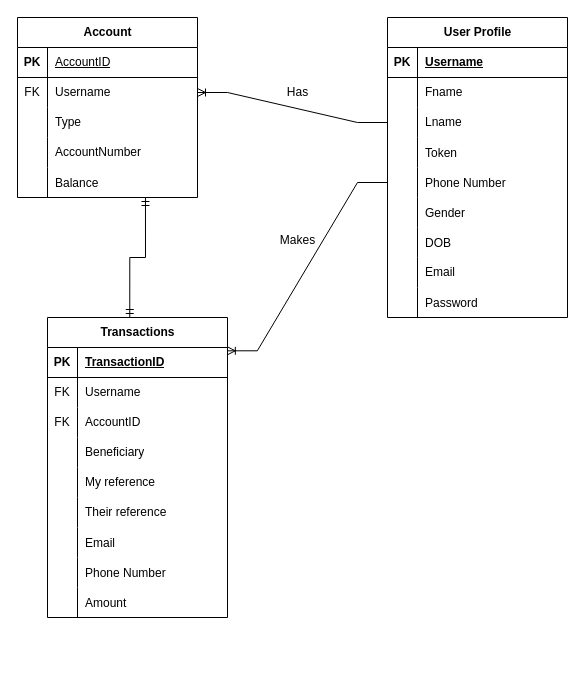
This is Projects/Personal_Bank_Management_System/src/main/resources/Inventory/DatabaseSchema.drawio from SanderSantana/Java, a draw.io file, before an edit. Source tidied: cells renumbered, new cells numbered last; positions are measured from the earlier drawing's top-left corner, leaving out a move shared by most shapes. Both pictures are drawn from the tidied source at 100%, with x=0, y=0 at pixel (17, 17).
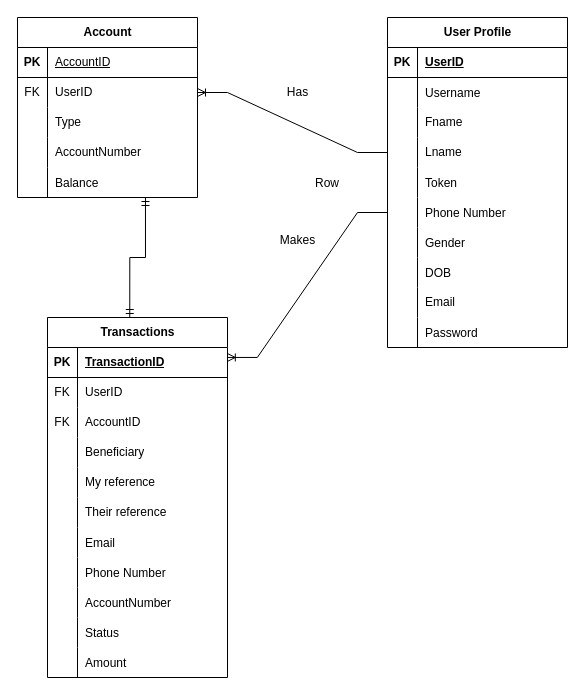
The same page after the edit.

Unchanged cells that the change refers to:
```xml
<mxCell id="3" style="shape=tableRow;horizontal=0;startSize=0;swimlaneHead=0;swimlaneBody=0;fillColor=none;top=0;left=0;right=0;bottom=1;" parent="2" vertex="1">
  <mxGeometry y="30" width="180" height="30" as="geometry" />
</mxCell>
<mxCell id="34" style="shape=tableRow;horizontal=0;startSize=0;swimlaneHead=0;swimlaneBody=0;fillColor=none;points=[[0,0.5],[1,0.5]];portConstraint=eastwest;top=0;left=0;right=0;bottom=0;" parent="30" vertex="1">
  <mxGeometry y="60" width="180" height="30" as="geometry" />
</mxCell>
<mxCell id="52" style="shape=tableRow;horizontal=0;startSize=0;swimlaneHead=0;swimlaneBody=0;fillColor=none;top=0;left=0;right=0;bottom=0;" parent="48" vertex="1">
  <mxGeometry y="60" width="180" height="30" as="geometry" />
</mxCell>
```

Diff of the diagram source:
```diff
@@
     <mxCell id="2" value="User Profile" style="shape=table;startSize=30;childLayout=tableLayout;rowLines=0;fontStyle=1;align=center;html=1;" parent="1" vertex="1">
-      <mxGeometry x="370" width="180" height="300" as="geometry" />
+      <mxGeometry x="370" width="180" height="330" as="geometry" />
     </mxCell>
@@
-    <mxCell id="5" value="Username" style="shape=partialRectangle;fillColor=none;top=0;left=0;bottom=0;right=0;align=left;spacingLeft=6;fontStyle=5;overflow=hidden;whiteSpace=wrap;html=1;" parent="3" vertex="1">
+    <mxCell id="5" value="UserID" style="shape=partialRectangle;fillColor=none;top=0;left=0;bottom=0;right=0;align=left;spacingLeft=6;fontStyle=5;overflow=hidden;whiteSpace=wrap;html=1;" parent="3" vertex="1">
       <mxGeometry x="30" width="150" height="30" as="geometry" />
     </mxCell>
+    <mxCell id="79" style="shape=tableRow;horizontal=0;startSize=0;swimlaneHead=0;swimlaneBody=0;fillColor=none;top=0;left=0;right=0;bottom=0;" parent="2" vertex="1">
+      <mxGeometry y="60" width="180" height="30" as="geometry" />
+    </mxCell>
+    <mxCell id="80" style="shape=partialRectangle;fillColor=none;top=0;left=0;bottom=0;right=0;overflow=hidden;" parent="79" vertex="1">
+      <mxGeometry width="30" height="30" as="geometry" />
+    </mxCell>
+    <mxCell id="81" value="Username" style="shape=partialRectangle;fillColor=none;top=0;left=0;bottom=0;right=0;align=left;spacingLeft=6;overflow=hidden;" parent="79" vertex="1">
+      <mxGeometry x="30" width="150" height="30" as="geometry" />
+    </mxCell>
     <mxCell id="6" style="shape=tableRow;horizontal=0;startSize=0;swimlaneHead=0;swimlaneBody=0;fillColor=none;top=0;left=0;right=0;bottom=0;" parent="2" vertex="1">
-      <mxGeometry y="60" width="180" height="30" as="geometry" />
+      <mxGeometry y="90" width="180" height="30" as="geometry" />
     </mxCell>
@@
     <mxCell id="9" style="shape=tableRow;horizontal=0;startSize=0;swimlaneHead=0;swimlaneBody=0;fillColor=none;points=[[0,0.5],[1,0.5]];portConstraint=eastwest;top=0;left=0;right=0;bottom=0;" parent="2" vertex="1">
-      <mxGeometry y="90" width="180" height="30" as="geometry" />
+      <mxGeometry y="120" width="180" height="30" as="geometry" />
     </mxCell>
@@
     <mxCell id="12" style="shape=tableRow;horizontal=0;startSize=0;swimlaneHead=0;swimlaneBody=0;fillColor=none;top=0;left=0;right=0;bottom=0;" parent="2" vertex="1">
-      <mxGeometry y="120" width="180" height="30" as="geometry" />
+      <mxGeometry y="150" width="180" height="30" as="geometry" />
     </mxCell>
@@
     <mxCell id="15" style="shape=tableRow;horizontal=0;startSize=0;swimlaneHead=0;swimlaneBody=0;fillColor=none;points=[[0,0.5],[1,0.5]];portConstraint=eastwest;top=0;left=0;right=0;bottom=0;" parent="2" vertex="1">
-      <mxGeometry y="150" width="180" height="30" as="geometry" />
+      <mxGeometry y="180" width="180" height="30" as="geometry" />
     </mxCell>
@@
     <mxCell id="18" style="shape=tableRow;horizontal=0;startSize=0;swimlaneHead=0;swimlaneBody=0;fillColor=none;top=0;left=0;right=0;bottom=0;" parent="2" vertex="1">
-      <mxGeometry y="180" width="180" height="30" as="geometry" />
+      <mxGeometry y="210" width="180" height="30" as="geometry" />
     </mxCell>
@@
     <mxCell id="21" style="shape=tableRow;horizontal=0;startSize=0;swimlaneHead=0;swimlaneBody=0;fillColor=none;top=0;left=0;right=0;bottom=0;" parent="2" vertex="1">
-      <mxGeometry y="210" width="180" height="30" as="geometry" />
+      <mxGeometry y="240" width="180" height="30" as="geometry" />
     </mxCell>
@@
     <mxCell id="24" style="shape=tableRow;horizontal=0;startSize=0;swimlaneHead=0;swimlaneBody=0;fillColor=none;top=0;left=0;right=0;bottom=0;" parent="2" vertex="1">
-      <mxGeometry y="240" width="180" height="30" as="geometry" />
+      <mxGeometry y="270" width="180" height="30" as="geometry" />
     </mxCell>
@@
     <mxCell id="27" style="shape=tableRow;horizontal=0;startSize=0;swimlaneHead=0;swimlaneBody=0;fillColor=none;top=0;left=0;right=0;bottom=0;" parent="2" vertex="1">
-      <mxGeometry y="270" width="180" height="30" as="geometry" />
+      <mxGeometry y="300" width="180" height="30" as="geometry" />
     </mxCell>
@@
-    <mxCell id="36" value="Username" style="shape=partialRectangle;fillColor=none;top=0;left=0;bottom=0;right=0;align=left;spacingLeft=6;fontStyle=0;overflow=hidden;whiteSpace=wrap;html=1;" parent="34" vertex="1">
+    <mxCell id="36" value="UserID" style="shape=partialRectangle;fillColor=none;top=0;left=0;bottom=0;right=0;align=left;spacingLeft=6;fontStyle=0;overflow=hidden;whiteSpace=wrap;html=1;" parent="34" vertex="1">
       <mxGeometry x="30" width="150" height="30" as="geometry" />
     </mxCell>
@@
     <mxCell id="48" value="Transactions" style="shape=table;startSize=30;childLayout=tableLayout;rowLines=0;fontStyle=1;align=center;html=1;" parent="1" vertex="1">
-      <mxGeometry x="30" y="300" width="180" height="300" as="geometry" />
+      <mxGeometry x="30" y="300" width="180" height="360" as="geometry" />
     </mxCell>
@@
-    <mxCell id="54" value="Username" style="shape=partialRectangle;fillColor=none;top=0;left=0;bottom=0;right=0;align=left;spacingLeft=6;fontStyle=0;overflow=hidden;whiteSpace=wrap;html=1;" parent="52" vertex="1">
+    <mxCell id="54" value="UserID" style="shape=partialRectangle;fillColor=none;top=0;left=0;bottom=0;right=0;align=left;spacingLeft=6;fontStyle=0;overflow=hidden;whiteSpace=wrap;html=1;" parent="52" vertex="1">
       <mxGeometry x="30" width="150" height="30" as="geometry" />
     </mxCell>
@@
+    <mxCell id="82" style="shape=tableRow;horizontal=0;startSize=0;swimlaneHead=0;swimlaneBody=0;fillColor=none;top=0;left=0;right=0;bottom=0;" parent="48" vertex="1">
+      <mxGeometry y="270" width="180" height="30" as="geometry" />
+    </mxCell>
+    <mxCell id="83" style="shape=partialRectangle;fillColor=none;top=0;left=0;bottom=0;right=0;overflow=hidden;" parent="82" vertex="1">
+      <mxGeometry width="30" height="30" as="geometry" />
+    </mxCell>
+    <mxCell id="84" value="AccountNumber" style="shape=partialRectangle;fillColor=none;top=0;left=0;bottom=0;right=0;align=left;spacingLeft=6;overflow=hidden;" parent="82" vertex="1">
+      <mxGeometry x="30" width="150" height="30" as="geometry" />
+    </mxCell>
+    <mxCell id="85" style="shape=tableRow;horizontal=0;startSize=0;swimlaneHead=0;swimlaneBody=0;fillColor=none;top=0;left=0;right=0;bottom=0;" parent="48" vertex="1">
+      <mxGeometry y="300" width="180" height="30" as="geometry" />
+    </mxCell>
+    <mxCell id="86" style="shape=partialRectangle;fillColor=none;top=0;left=0;bottom=0;right=0;overflow=hidden;" parent="85" vertex="1">
+      <mxGeometry width="30" height="30" as="geometry" />
+    </mxCell>
+    <mxCell id="87" value="Status" style="shape=partialRectangle;fillColor=none;top=0;left=0;bottom=0;right=0;align=left;spacingLeft=6;overflow=hidden;" parent="85" vertex="1">
+      <mxGeometry x="30" width="150" height="30" as="geometry" />
+    </mxCell>
     <mxCell id="73" style="shape=tableRow;horizontal=0;startSize=0;swimlaneHead=0;swimlaneBody=0;fillColor=none;top=0;left=0;right=0;bottom=0;" parent="48" vertex="1">
-      <mxGeometry y="270" width="180" height="30" as="geometry" />
+      <mxGeometry y="330" width="180" height="30" as="geometry" />
     </mxCell>
@@
+    <mxCell id="88" style="shape=table;startSize=0;childLayout=tableLayout;rowLines=0;fontStyle=0;align=center;strokeColor=none;fillColor=none;whiteSpace=wrap;html=1;" parent="1" vertex="1">
+      <mxGeometry x="260" y="150" width="180" height="30" as="geometry" />
+    </mxCell>
+    <mxCell id="89" style="shape=tableRow;horizontal=0;startSize=0;swimlaneHead=0;swimlaneBody=0;fillColor=none;top=0;left=0;right=0;bottom=0;" parent="88" vertex="1">
+      <mxGeometry width="180" height="30" as="geometry" />
+    </mxCell>
+    <mxCell id="90" style="shape=partialRectangle;fillColor=none;top=0;left=0;bottom=0;right=0;overflow=hidden;" parent="89" vertex="1">
+      <mxGeometry width="30" height="30" as="geometry" />
+    </mxCell>
+    <mxCell id="91" value="Row" style="shape=partialRectangle;fillColor=none;top=0;left=0;bottom=0;right=0;align=left;spacingLeft=6;overflow=hidden;" parent="89" vertex="1">
+      <mxGeometry x="30" width="150" height="30" as="geometry" />
+    </mxCell>
```
